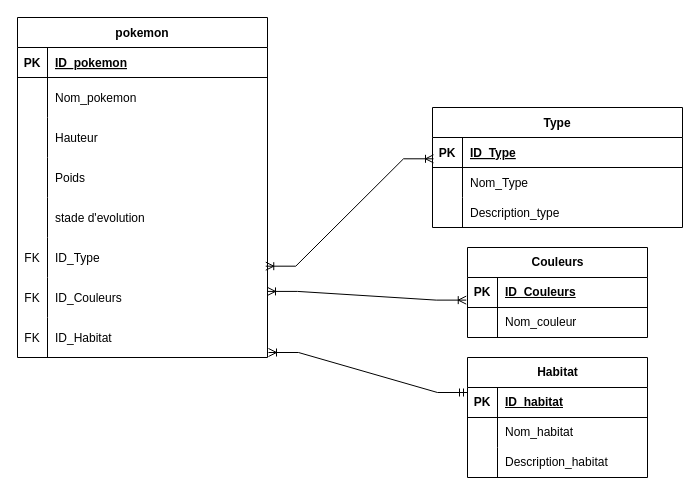
This is Diagramme-pokedex-aj69210.drawio from aj69210/BTS2-CIEL-IR-MCD-2024-2025, a draw.io file, before an edit. Source tidied: cells renumbered, new cells numbered last; positions are measured from the earlier drawing's top-left corner, leaving out a move shared by most shapes. Both pictures are drawn from the tidied source at 100%, with x=0, y=0 at pixel (17, 17).
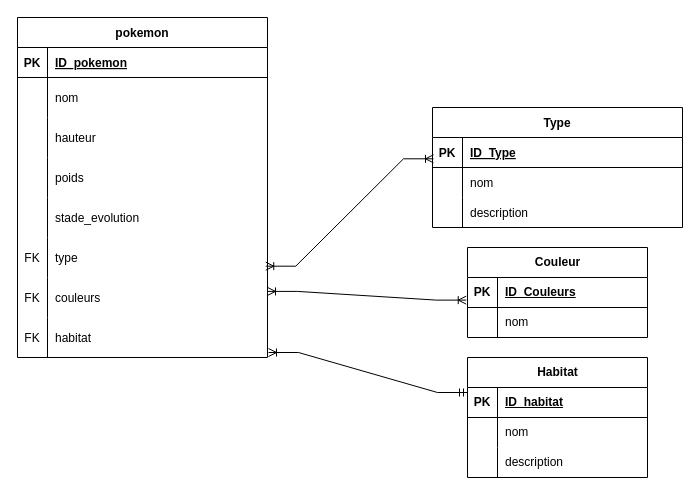
The same page after the edit.

Commit message:
Mettre à jour Diagramme-pokedex-aj69210.drawio

Unchanged cells that the change refers to:
```xml
<mxCell id="6" style="shape=partialRectangle;fillColor=none;top=0;left=0;right=0;bottom=0;" parent="2" vertex="1">
  <mxGeometry y="60" width="250" height="40" as="geometry" />
</mxCell>
<mxCell id="9" style="shape=partialRectangle;fillColor=none;top=0;left=0;right=0;bottom=0;" parent="2" vertex="1">
  <mxGeometry y="100" width="250" height="40" as="geometry" />
</mxCell>
<mxCell id="12" style="shape=partialRectangle;fillColor=none;top=0;left=0;right=0;bottom=0;" parent="2" vertex="1">
  <mxGeometry y="140" width="250" height="40" as="geometry" />
</mxCell>
<mxCell id="15" style="shape=partialRectangle;fillColor=none;top=0;left=0;right=0;bottom=0;" parent="2" vertex="1">
  <mxGeometry y="180" width="250" height="40" as="geometry" />
</mxCell>
<mxCell id="18" style="shape=partialRectangle;fillColor=none;points=[[0,0.5],[1,0.5]];portConstraint=eastwest;top=0;left=0;right=0;bottom=0;" parent="2" vertex="1">
  <mxGeometry y="220" width="250" height="40" as="geometry" />
</mxCell>
<mxCell id="21" style="shape=partialRectangle;fillColor=none;points=[[0,0.5],[1,0.5]];portConstraint=eastwest;top=0;left=0;right=0;bottom=0;" parent="2" vertex="1">
  <mxGeometry y="260" width="250" height="40" as="geometry" />
</mxCell>
<mxCell id="24" style="shape=partialRectangle;fillColor=none;points=[[0,0.5],[1,0.5]];portConstraint=eastwest;top=0;left=0;right=0;bottom=0;" parent="2" vertex="1">
  <mxGeometry y="300" width="250" height="40" as="geometry" />
</mxCell>
<mxCell id="31" style="shape=partialRectangle;fillColor=none;top=0;left=0;right=0;bottom=0;" parent="27" vertex="1">
  <mxGeometry y="60" width="250" height="30" as="geometry" />
</mxCell>
<mxCell id="34" style="shape=partialRectangle;fillColor=none;top=0;left=0;right=0;bottom=0;" parent="27" vertex="1">
  <mxGeometry y="90" width="250" height="30" as="geometry" />
</mxCell>
<mxCell id="41" style="shape=tableRow;horizontal=0;startSize=0;swimlaneHead=0;swimlaneBody=0;fillColor=none;top=0;left=0;right=0;bottom=0;" parent="37" vertex="1">
  <mxGeometry y="60" width="180" height="30" as="geometry" />
</mxCell>
<mxCell id="44" style="shape=tableRow;horizontal=0;startSize=0;swimlaneHead=0;swimlaneBody=0;fillColor=none;top=0;left=0;right=0;bottom=0;" parent="37" vertex="1">
  <mxGeometry y="90" width="180" height="30" as="geometry" />
</mxCell>
<mxCell id="51" style="shape=tableRow;horizontal=0;startSize=0;swimlaneHead=0;swimlaneBody=0;fillColor=none;top=0;left=0;right=0;bottom=0;" parent="47" vertex="1">
  <mxGeometry y="60" width="180" height="30" as="geometry" />
</mxCell>
```

Diff of the diagram source:
```diff
@@
-    <mxCell id="8" value="Nom_pokemon" style="shape=partialRectangle;overflow=hidden;fillColor=none;top=0;left=0;bottom=0;right=0;align=left;spacingLeft=6;" parent="6" vertex="1">
+    <mxCell id="8" value="nom" style="shape=partialRectangle;overflow=hidden;fillColor=none;top=0;left=0;bottom=0;right=0;align=left;spacingLeft=6;" parent="6" vertex="1">
       <mxGeometry x="30" width="220" height="40" as="geometry" />
     </mxCell>
@@
-    <mxCell id="11" value="Hauteur" style="shape=partialRectangle;overflow=hidden;fillColor=none;top=0;left=0;bottom=0;right=0;align=left;spacingLeft=6;" parent="9" vertex="1">
+    <mxCell id="11" value="hauteur" style="shape=partialRectangle;overflow=hidden;fillColor=none;top=0;left=0;bottom=0;right=0;align=left;spacingLeft=6;" parent="9" vertex="1">
       <mxGeometry x="30" width="220" height="40" as="geometry" />
     </mxCell>
@@
-    <mxCell id="14" value="Poids" style="shape=partialRectangle;overflow=hidden;fillColor=none;top=0;left=0;bottom=0;right=0;align=left;spacingLeft=6;" parent="12" vertex="1">
+    <mxCell id="14" value="poids" style="shape=partialRectangle;overflow=hidden;fillColor=none;top=0;left=0;bottom=0;right=0;align=left;spacingLeft=6;" parent="12" vertex="1">
       <mxGeometry x="30" width="220" height="40" as="geometry" />
     </mxCell>
@@
-    <mxCell id="17" value="stade d'evolution" style="shape=partialRectangle;overflow=hidden;fillColor=none;top=0;left=0;bottom=0;right=0;align=left;spacingLeft=6;" parent="15" vertex="1">
+    <mxCell id="17" value="stade_evolution" style="shape=partialRectangle;overflow=hidden;fillColor=none;top=0;left=0;bottom=0;right=0;align=left;spacingLeft=6;" parent="15" vertex="1">
       <mxGeometry x="30" width="220" height="40" as="geometry" />
     </mxCell>
@@
-    <mxCell id="20" value="ID_Type" style="shape=partialRectangle;overflow=hidden;fillColor=none;top=0;left=0;bottom=0;right=0;align=left;spacingLeft=6;" parent="18" vertex="1">
+    <mxCell id="20" value="type" style="shape=partialRectangle;overflow=hidden;fillColor=none;top=0;left=0;bottom=0;right=0;align=left;spacingLeft=6;" parent="18" vertex="1">
       <mxGeometry x="30" width="220" height="40" as="geometry" />
     </mxCell>
@@
-    <mxCell id="23" value="ID_Couleurs" style="shape=partialRectangle;overflow=hidden;fillColor=none;top=0;left=0;bottom=0;right=0;align=left;spacingLeft=6;" parent="21" vertex="1">
+    <mxCell id="23" value="couleurs" style="shape=partialRectangle;overflow=hidden;fillColor=none;top=0;left=0;bottom=0;right=0;align=left;spacingLeft=6;" parent="21" vertex="1">
       <mxGeometry x="30" width="220" height="40" as="geometry" />
     </mxCell>
@@
-    <mxCell id="26" value="ID_Habitat" style="shape=partialRectangle;overflow=hidden;fillColor=none;top=0;left=0;bottom=0;right=0;align=left;spacingLeft=6;" parent="24" vertex="1">
+    <mxCell id="26" value="habitat" style="shape=partialRectangle;overflow=hidden;fillColor=none;top=0;left=0;bottom=0;right=0;align=left;spacingLeft=6;" parent="24" vertex="1">
       <mxGeometry x="30" width="220" height="40" as="geometry" />
     </mxCell>
@@
-    <mxCell id="33" value="Nom_Type" style="shape=partialRectangle;overflow=hidden;fillColor=none;top=0;left=0;bottom=0;right=0;align=left;spacingLeft=6;" parent="31" vertex="1">
+    <mxCell id="33" value="nom" style="shape=partialRectangle;overflow=hidden;fillColor=none;top=0;left=0;bottom=0;right=0;align=left;spacingLeft=6;" parent="31" vertex="1">
       <mxGeometry x="30" width="220" height="30" as="geometry" />
     </mxCell>
@@
-    <mxCell id="36" value="Description_type" style="shape=partialRectangle;overflow=hidden;fillColor=none;top=0;left=0;bottom=0;right=0;align=left;spacingLeft=6;" parent="34" vertex="1">
+    <mxCell id="36" value="description" style="shape=partialRectangle;overflow=hidden;fillColor=none;top=0;left=0;bottom=0;right=0;align=left;spacingLeft=6;" parent="34" vertex="1">
       <mxGeometry x="30" width="220" height="30" as="geometry" />
     </mxCell>
@@
-    <mxCell id="43" value="Nom_habitat" style="shape=partialRectangle;fillColor=none;top=0;left=0;bottom=0;right=0;align=left;spacingLeft=6;overflow=hidden;whiteSpace=wrap;html=1;" parent="41" vertex="1">
+    <mxCell id="43" value="nom" style="shape=partialRectangle;fillColor=none;top=0;left=0;bottom=0;right=0;align=left;spacingLeft=6;overflow=hidden;whiteSpace=wrap;html=1;" parent="41" vertex="1">
       <mxGeometry x="30" width="150" height="30" as="geometry" />
     </mxCell>
@@
-    <mxCell id="46" value="Description_habitat" style="shape=partialRectangle;fillColor=none;top=0;left=0;bottom=0;right=0;align=left;spacingLeft=6;overflow=hidden;whiteSpace=wrap;html=1;" parent="44" vertex="1">
+    <mxCell id="46" value="description" style="shape=partialRectangle;fillColor=none;top=0;left=0;bottom=0;right=0;align=left;spacingLeft=6;overflow=hidden;whiteSpace=wrap;html=1;" parent="44" vertex="1">
       <mxGeometry x="30" width="150" height="30" as="geometry" />
     </mxCell>
-    <mxCell id="47" value="Couleurs" style="shape=table;startSize=30;childLayout=tableLayout;rowLines=0;fontStyle=1;align=center;html=1;" parent="1" vertex="1">
+    <mxCell id="47" value="Couleur" style="shape=table;startSize=30;childLayout=tableLayout;rowLines=0;fontStyle=1;align=center;html=1;" parent="1" vertex="1">
       <mxGeometry x="450" y="230" width="180" height="90" as="geometry" />
     </mxCell>
@@
-    <mxCell id="53" value="Nom_couleur" style="shape=partialRectangle;fillColor=none;top=0;left=0;bottom=0;right=0;align=left;spacingLeft=6;overflow=hidden;whiteSpace=wrap;html=1;" parent="51" vertex="1">
+    <mxCell id="53" value="nom" style="shape=partialRectangle;fillColor=none;top=0;left=0;bottom=0;right=0;align=left;spacingLeft=6;overflow=hidden;whiteSpace=wrap;html=1;" parent="51" vertex="1">
       <mxGeometry x="30" width="150" height="30" as="geometry" />
     </mxCell>
```
